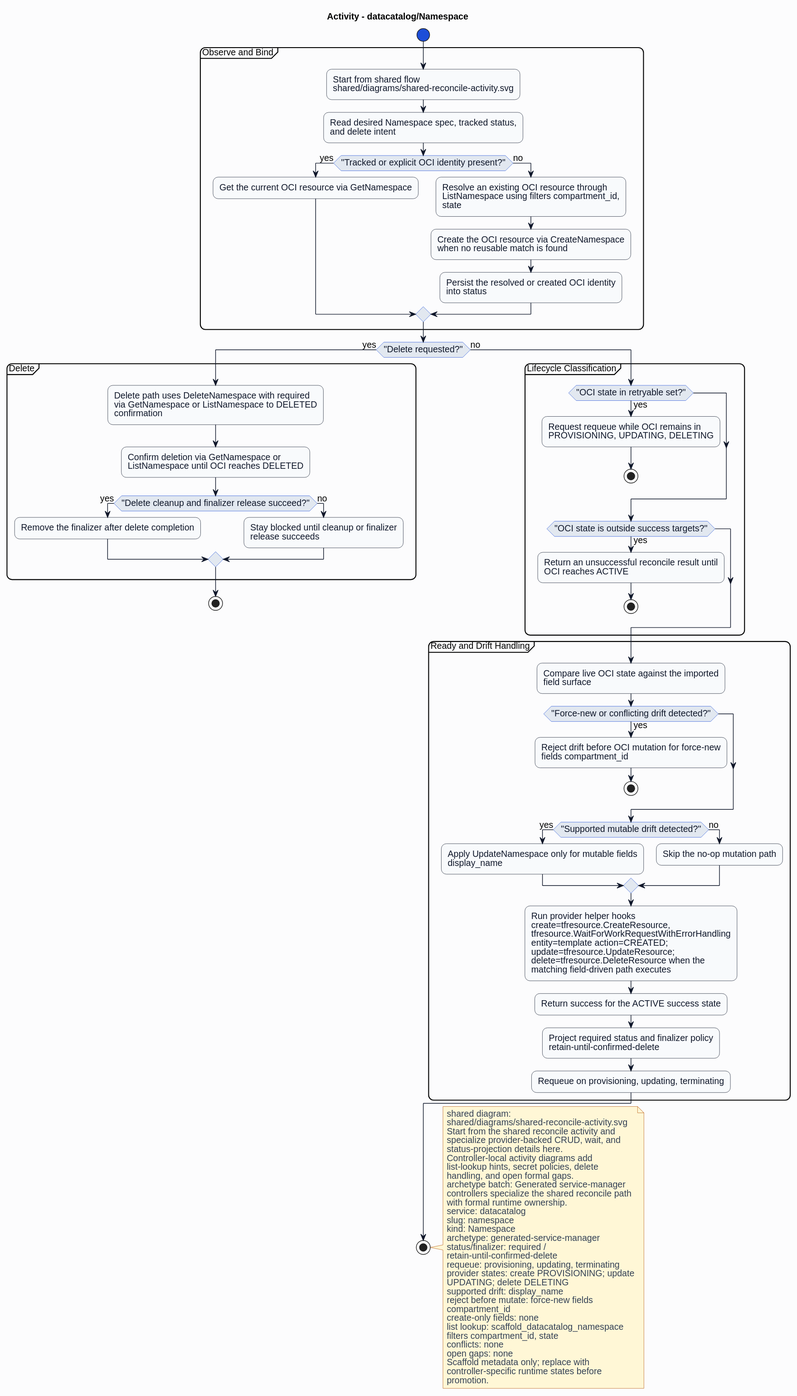
Above: formal/controllers/datacatalog/namespace/diagrams/activity.svg in HaoyL666/oci-service-operator (PlantUML), before the change. Source of this version:
```plantuml
@startuml
skinparam shadowing false
skinparam backgroundColor #fcfcfd
skinparam defaultFontName Helvetica
skinparam defaultFontSize 14
skinparam arrowColor #0f172a
skinparam noteBackgroundColor #fff7d6
skinparam noteBorderColor #b45309
skinparam noteFontColor #334155
skinparam roundcorner 16
title Activity - datacatalog/Namespace
skinparam activity {
  backgroundColor #f8fafc
  borderColor #0f172a
  fontColor #0f172a
  diamondBackgroundColor #e2e8f0
  diamondBorderColor #1d4ed8
  diamondFontColor #0f172a
  startColor #1d4ed8
  endColor #0f172a
  barColor #1d4ed8
}
start
partition "Observe and Bind" {
:Start from shared flow\nshared/diagrams/shared-reconcile-activity.svg;
:Read desired Namespace spec, tracked status,\nand delete intent;
if ("Tracked or explicit OCI identity present?") then (yes)
:Get the current OCI resource via GetNamespace;
else (no)
:Resolve an existing OCI resource through\nListNamespace using filters compartment_id,\nstate;
:Create the OCI resource via CreateNamespace\nwhen no reusable match is found;
:Persist the resolved or created OCI identity\ninto status;
endif
}
if ("Delete requested?") then (yes)
partition "Delete" {
:Delete path uses DeleteNamespace with required\nvia GetNamespace or ListNamespace to DELETED\nconfirmation;
:Confirm deletion via GetNamespace or\nListNamespace until OCI reaches DELETED;
if ("Delete cleanup and finalizer release succeed?") then (yes)
:Remove the finalizer after delete completion;
else (no)
:Stay blocked until cleanup or finalizer\nrelease succeeds;
endif
}
stop
else (no)
partition "Lifecycle Classification" {
if ("OCI state in retryable set?") then (yes)
:Request requeue while OCI remains in\nPROVISIONING, UPDATING, DELETING;
stop
endif
if ("OCI state is outside success targets?") then (yes)
:Return an unsuccessful reconcile result until\nOCI reaches ACTIVE;
stop
endif
}
partition "Ready and Drift Handling" {
:Compare live OCI state against the imported\nfield surface;
if ("Force-new or conflicting drift detected?") then (yes)
:Reject drift before OCI mutation for force-new\nfields compartment_id;
stop
endif
if ("Supported mutable drift detected?") then (yes)
:Apply UpdateNamespace only for mutable fields\ndisplay_name;
else (no)
:Skip the no-op mutation path;
endif
:Run provider helper hooks\ncreate=tfresource.CreateResource,\ntfresource.WaitForWorkRequestWithErrorHandling\nentity=template action=CREATED;\nupdate=tfresource.UpdateResource;\ndelete=tfresource.DeleteResource when the\nmatching field-driven path executes;
:Return success for the ACTIVE success state;
:Project required status and finalizer policy\nretain-until-confirmed-delete;
:Requeue on provisioning, updating, terminating;
}
endif
stop
note right
shared diagram:
shared/diagrams/shared-reconcile-activity.svg
Start from the shared reconcile activity and
specialize provider-backed CRUD, wait, and
status-projection details here.
Controller-local activity diagrams add
list-lookup hints, secret policies, delete
handling, and open formal gaps.
archetype batch: Generated service-manager
controllers specialize the shared reconcile path
with formal runtime ownership.
service: datacatalog
slug: namespace
kind: Namespace
archetype: generated-service-manager
status/finalizer: required /
retain-until-confirmed-delete
requeue: provisioning, updating, terminating
provider states: create PROVISIONING; update
UPDATING; delete DELETING
supported drift: display_name
reject before mutate: force-new fields
compartment_id
create-only fields: none
list lookup: scaffold_datacatalog_namespace
filters compartment_id, state
conflicts: none
open gaps: none
Scaffold metadata only; replace with
controller-specific runtime states before
promotion.
end note
@enduml
```
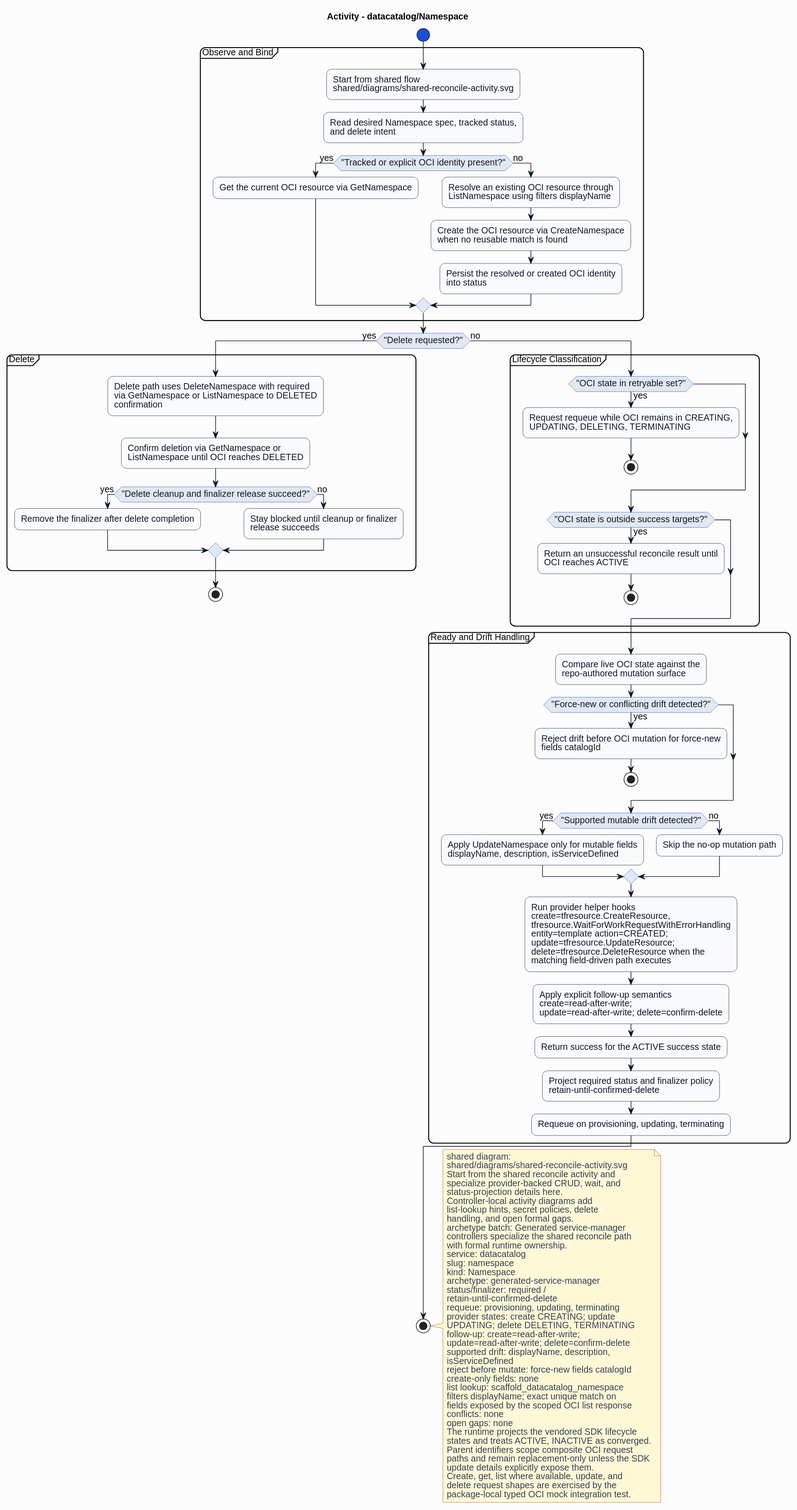
The same file after the commit.

The edit, as a diff of the source:
```diff
@@ -27,7 +27,7 @@
 if ("Tracked or explicit OCI identity present?") then (yes)
 :Get the current OCI resource via GetNamespace;
 else (no)
-:Resolve an existing OCI resource through\nListNamespace using filters compartment_id,\nstate;
+:Resolve an existing OCI resource through\nListNamespace using filters displayName;
 :Create the OCI resource via CreateNamespace\nwhen no reusable match is found;
 :Persist the resolved or created OCI identity\ninto status;
 endif
@@ -46,7 +46,7 @@
 else (no)
 partition "Lifecycle Classification" {
 if ("OCI state in retryable set?") then (yes)
-:Request requeue while OCI remains in\nPROVISIONING, UPDATING, DELETING;
+:Request requeue while OCI remains in CREATING,\nUPDATING, DELETING, TERMINATING;
 stop
 endif
 if ("OCI state is outside success targets?") then (yes)
@@ -55,17 +55,18 @@
 endif
 }
 partition "Ready and Drift Handling" {
-:Compare live OCI state against the imported\nfield surface;
+:Compare live OCI state against the\nrepo-authored mutation surface;
 if ("Force-new or conflicting drift detected?") then (yes)
-:Reject drift before OCI mutation for force-new\nfields compartment_id;
+:Reject drift before OCI mutation for force-new\nfields catalogId;
 stop
 endif
 if ("Supported mutable drift detected?") then (yes)
-:Apply UpdateNamespace only for mutable fields\ndisplay_name;
+:Apply UpdateNamespace only for mutable fields\ndisplayName, description, isServiceDefined;
 else (no)
 :Skip the no-op mutation path;
 endif
 :Run provider helper hooks\ncreate=tfresource.CreateResource,\ntfresource.WaitForWorkRequestWithErrorHandling\nentity=template action=CREATED;\nupdate=tfresource.UpdateResource;\ndelete=tfresource.DeleteResource when the\nmatching field-driven path executes;
+:Apply explicit follow-up semantics\ncreate=read-after-write;\nupdate=read-after-write; delete=confirm-delete;
 :Return success for the ACTIVE success state;
 :Project required status and finalizer policy\nretain-until-confirmed-delete;
 :Requeue on provisioning, updating, terminating;
@@ -91,18 +92,26 @@
 status/finalizer: required /
 retain-until-confirmed-delete
 requeue: provisioning, updating, terminating
-provider states: create PROVISIONING; update
-UPDATING; delete DELETING
-supported drift: display_name
-reject before mutate: force-new fields
-compartment_id
+provider states: create CREATING; update
+UPDATING; delete DELETING, TERMINATING
+follow-up: create=read-after-write;
+update=read-after-write; delete=confirm-delete
+supported drift: displayName, description,
+isServiceDefined
+reject before mutate: force-new fields catalogId
 create-only fields: none
 list lookup: scaffold_datacatalog_namespace
-filters compartment_id, state
+filters displayName; exact unique match on
+fields exposed by the scoped OCI list response
 conflicts: none
 open gaps: none
-Scaffold metadata only; replace with
-controller-specific runtime states before
-promotion.
+The runtime projects the vendored SDK lifecycle
+states and treats ACTIVE, INACTIVE as converged.
+Parent identifiers scope composite OCI request
+paths and remain replacement-only unless the SDK
+update details explicitly expose them.
+Create, get, list where available, update, and
+delete request shapes are exercised by the
+package-local typed OCI mock integration test.
 end note
 @enduml
```
